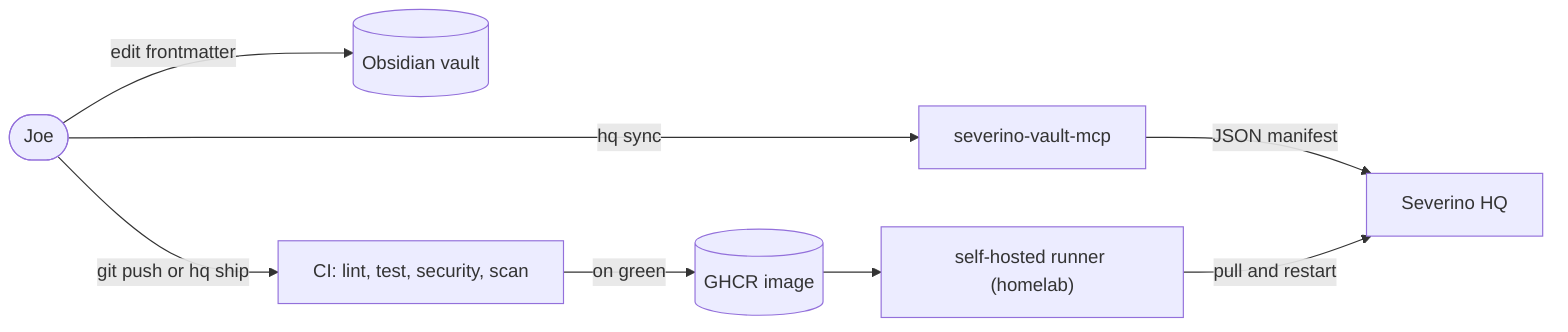
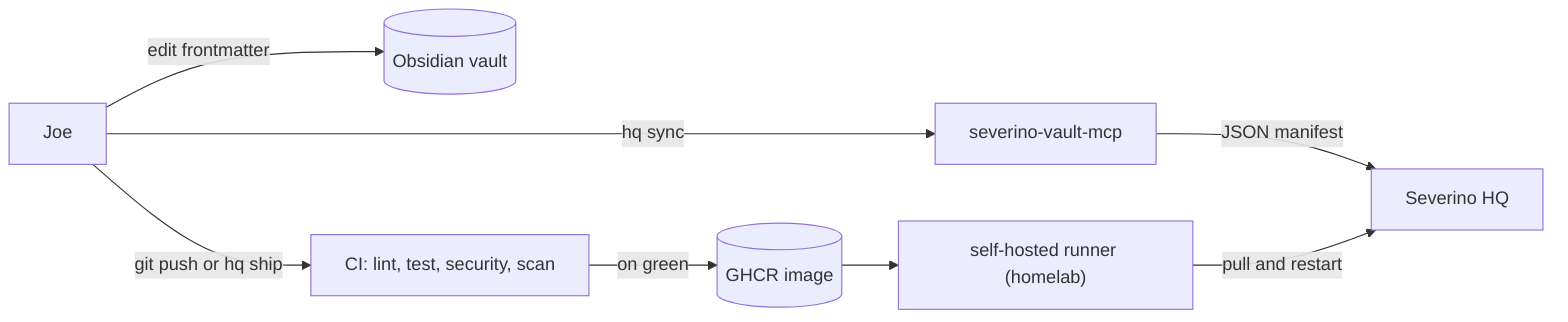
flowchart LR
-     joe([Joe])
+     joe[Joe]
    vault[(Obsidian vault)]
    mcp[severino-vault-mcp]
    hq[Severino HQ]
    ci["CI: lint, test, security, scan"]
    ghcr[(GHCR image)]
    runner["self-hosted runner (homelab)"]

    joe -->|edit frontmatter| vault
    joe -->|hq sync| mcp -->|JSON manifest| hq
    joe -->|git push or hq ship| ci -->|on green| ghcr --> runner -->|pull and restart| hq
